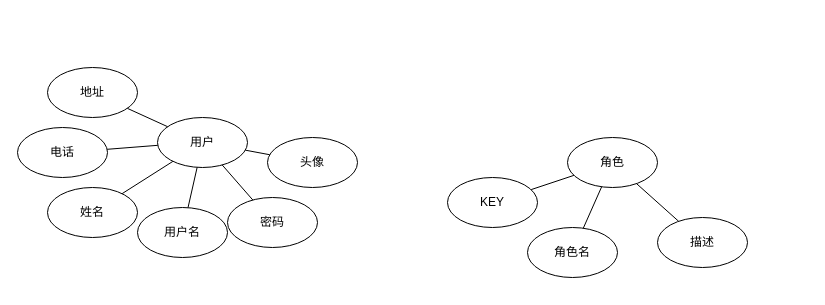
Earlier version of the draw.io diagram SPARK/music-ER.drawio (redcomet88/DRAW). Source tidied: cells renumbered, new cells numbered last; positions are measured from the earlier drawing's top-left corner, leaving out a move shared by most shapes. Both pictures are drawn from the tidied source at 100%, with x=0, y=0 at pixel (17, 67).
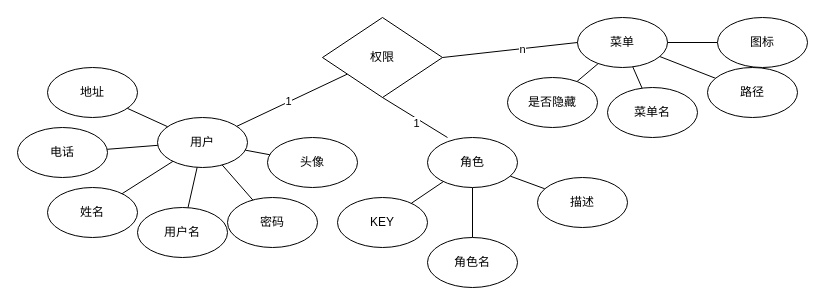
Above is the later version.

The change refers to these unchanged cells:
```xml
<mxCell id="3" value="用户" style="ellipse;whiteSpace=wrap;html=1;" parent="1" vertex="1">
  <mxGeometry x="140" y="50" width="90" height="50" as="geometry" />
</mxCell>
```

What changed in the source:
```diff
@@
+    <mxCell id="22" style="rounded=0;jettySize=auto;html=1;endArrow=none;endFill=0;" parent="1" edge="1" source="3" target="33">
+      <mxGeometry relative="1" as="geometry" />
+    </mxCell>
+    <mxCell id="23" value="1" style="edgeLabel;html=1;align=center;verticalAlign=middle;" parent="22" vertex="1">
+      <mxGeometry x="-0.06" y="1" relative="1" as="geometry" />
+    </mxCell>
@@
     <mxCell id="16" value="角色" style="ellipse;whiteSpace=wrap;html=1;" parent="1" vertex="1">
-      <mxGeometry x="550" y="70" width="90" height="50" as="geometry" />
+      <mxGeometry x="410" y="70" width="90" height="50" as="geometry" />
     </mxCell>
     <mxCell id="17" value="角色名" style="ellipse;whiteSpace=wrap;html=1;" parent="1" vertex="1">
-      <mxGeometry x="510" y="160" width="90" height="50" as="geometry" />
+      <mxGeometry x="410" y="170" width="90" height="50" as="geometry" />
     </mxCell>
@@
     <mxCell id="19" value="描述" style="ellipse;whiteSpace=wrap;html=1;" parent="1" vertex="1">
-      <mxGeometry x="640" y="150" width="90" height="50" as="geometry" />
+      <mxGeometry x="520" y="110" width="90" height="50" as="geometry" />
     </mxCell>
@@
     <mxCell id="21" value="KEY" style="ellipse;whiteSpace=wrap;html=1;" parent="1" vertex="1">
-      <mxGeometry x="430" y="110" width="90" height="50" as="geometry" />
+      <mxGeometry x="320" y="130" width="90" height="50" as="geometry" />
     </mxCell>
+    <mxCell id="24" style="rounded=0;jettySize=auto;html=1;endArrow=none;endFill=0;" parent="1" edge="1" source="25" target="26">
+      <mxGeometry relative="1" as="geometry" />
+    </mxCell>
+    <mxCell id="25" value="菜单" style="ellipse;whiteSpace=wrap;html=1;" parent="1" vertex="1">
+      <mxGeometry x="560" y="-50" width="90" height="50" as="geometry" />
+    </mxCell>
+    <mxCell id="26" value="是否隐藏" style="ellipse;whiteSpace=wrap;html=1;" parent="1" vertex="1">
+      <mxGeometry x="490" y="10" width="90" height="50" as="geometry" />
+    </mxCell>
+    <mxCell id="27" style="rounded=0;jettySize=auto;html=1;endArrow=none;endFill=0;" parent="1" edge="1" source="25" target="28">
+      <mxGeometry relative="1" as="geometry" />
+    </mxCell>
+    <mxCell id="28" value="菜单名" style="ellipse;whiteSpace=wrap;html=1;" parent="1" vertex="1">
+      <mxGeometry x="590" y="20" width="90" height="50" as="geometry" />
+    </mxCell>
+    <mxCell id="29" style="rounded=0;jettySize=auto;html=1;endArrow=none;endFill=0;" parent="1" edge="1" source="25" target="30">
+      <mxGeometry relative="1" as="geometry" />
+    </mxCell>
+    <mxCell id="30" value="路径" style="ellipse;whiteSpace=wrap;html=1;" parent="1" vertex="1">
+      <mxGeometry x="690" width="90" height="50" as="geometry" />
+    </mxCell>
+    <mxCell id="31" style="rounded=0;jettySize=auto;html=1;endArrow=none;endFill=0;" parent="1" edge="1" source="25" target="32">
+      <mxGeometry relative="1" as="geometry" />
+    </mxCell>
+    <mxCell id="32" value="图标" style="ellipse;whiteSpace=wrap;html=1;" parent="1" vertex="1">
+      <mxGeometry x="700" y="-50" width="90" height="50" as="geometry" />
+    </mxCell>
+    <mxCell id="33" value="权限" style="rhombus;whiteSpace=wrap;html=1;" parent="1" vertex="1">
+      <mxGeometry x="305" y="-50" width="120" height="80" as="geometry" />
+    </mxCell>
+    <mxCell id="34" style="rounded=0;jettySize=auto;html=1;endArrow=none;endFill=0;entryX=1;entryY=0.5;entryDx=0;entryDy=0;exitX=0;exitY=0.5;exitDx=0;exitDy=0;" parent="1" edge="1" source="25" target="33">
+      <mxGeometry relative="1" as="geometry" />
+    </mxCell>
+    <mxCell id="35" value="n" style="edgeLabel;html=1;align=center;verticalAlign=middle;" parent="34" vertex="1">
+      <mxGeometry x="-0.17" relative="1" as="geometry" />
+    </mxCell>
+    <mxCell id="36" style="rounded=0;jettySize=auto;html=1;endArrow=none;endFill=0;entryX=0.5;entryY=1;entryDx=0;entryDy=0;exitX=0.222;exitY=0;exitDx=0;exitDy=0;exitPerimeter=0;" parent="1" edge="1" source="16" target="33">
+      <mxGeometry relative="1" as="geometry" />
+    </mxCell>
+    <mxCell id="37" value="1" style="edgeLabel;html=1;align=center;verticalAlign=middle;" parent="36" vertex="1">
+      <mxGeometry x="-0.09" y="4" relative="1" as="geometry" />
+    </mxCell>
```
